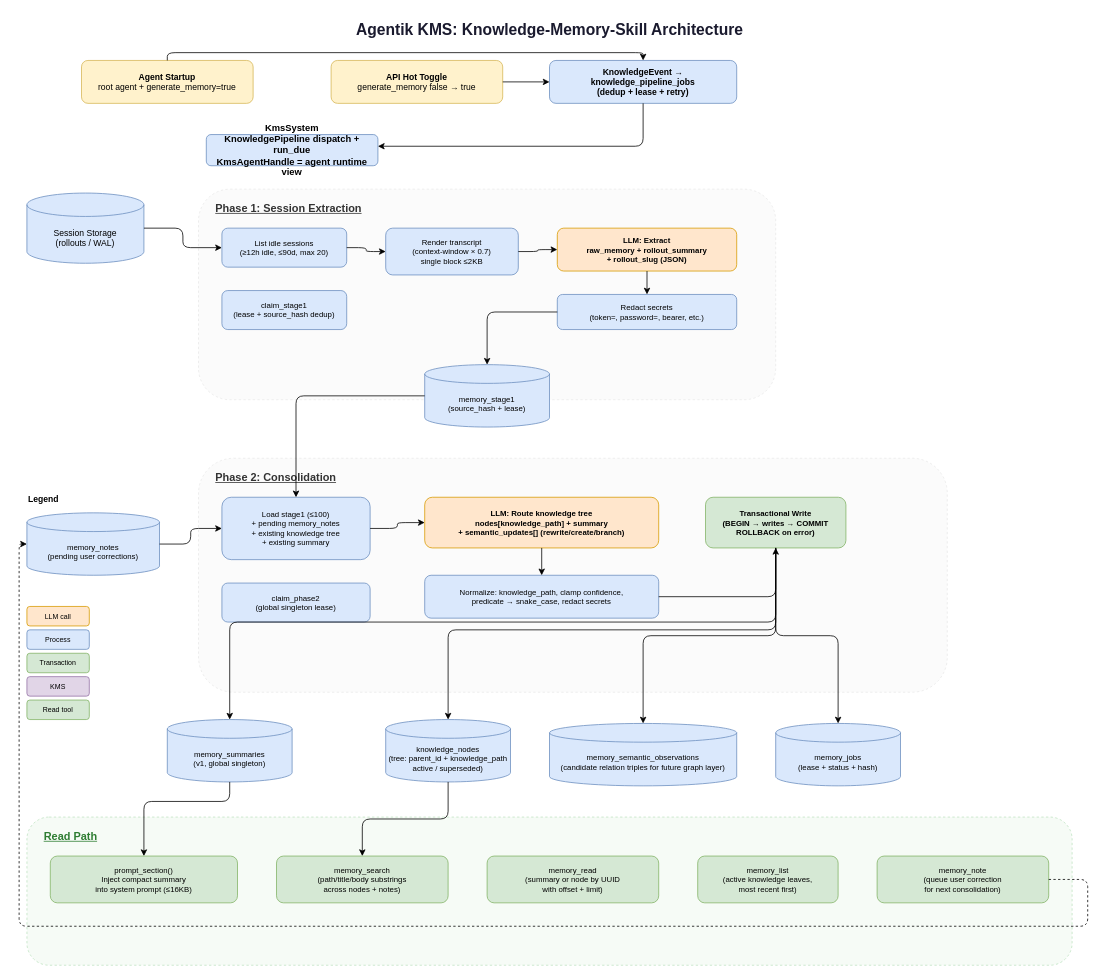
This is crates/agentik-kms/architecture.drawio from auto-nomics/autonomics, a draw.io file, before an edit. Source tidied: cells renumbered, new cells numbered last; positions are measured from the earlier drawing's top-left corner, leaving out a move shared by most shapes. Both pictures are drawn from the tidied source at 78%, with x=0, y=0 at pixel (19, 13).
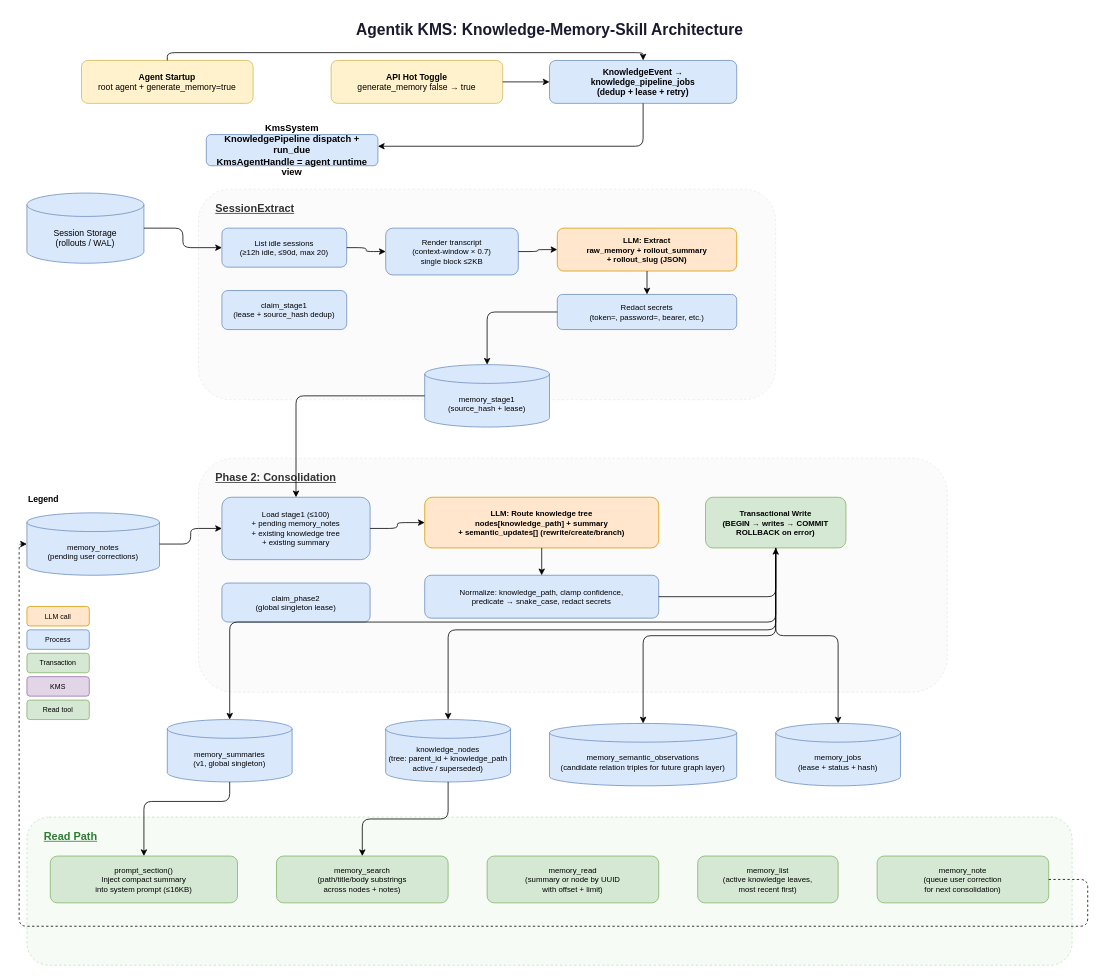
Above is the later version.

Commit message (it also covers changes not shown here):
feat: add session extract worker

The edit, as a diff of the source:
```diff
@@
-    <mxCell id="12" value="Phase 1: Session Extraction" style="text;html=1;fontSize=14;fontStyle=5;fontColor=#333333;align=left;" parent="1" vertex="1">
-      <mxGeometry x="250" y="235" width="250" height="25" as="geometry" />
-    </mxCell>
+    <mxCell id="61" value="SessionExtract" style="text;html=1;fontSize=14;fontStyle=5;fontColor=#333333;align=left;" parent="1" vertex="1">
+      <mxGeometry x="250" y="235" width="250" height="25" as="geometry" />
+    </mxCell>
```
